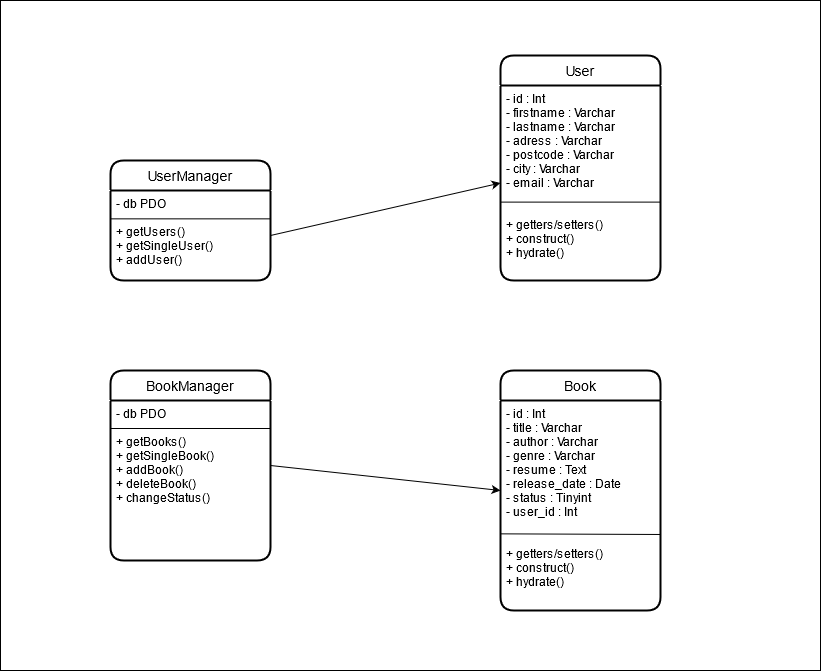
This is doc/ClassDiagramPageTurn.png from AxelJarni/PageTurn, a draw.io export, as it was before one commit. Source tidied: cells renumbered, new cells last; positions are measured from the earlier drawing's top-left corner, leaving out a move shared by most shapes.
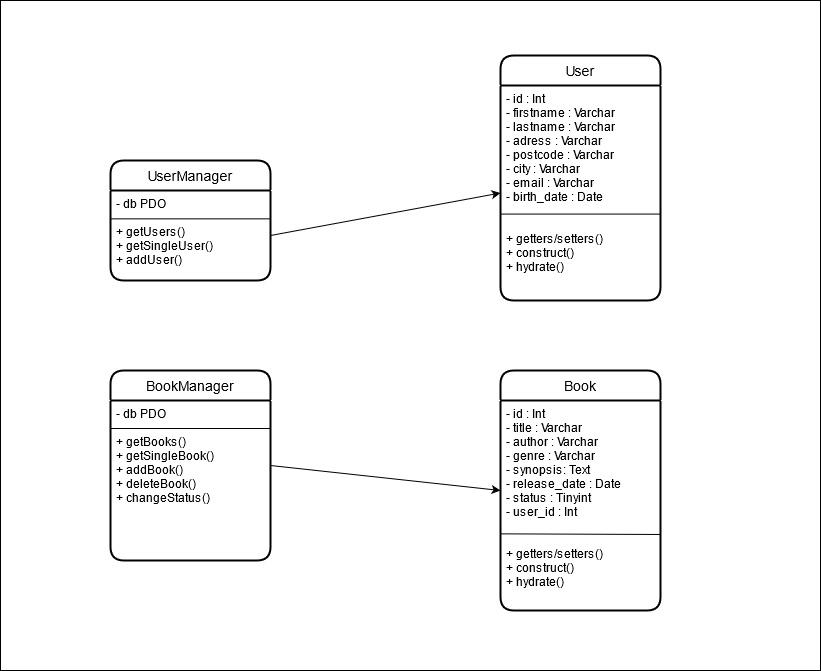
The same file after the commit.

What changed in the source:
```diff
@@ -26,17 +26,17 @@
     <mxCell id="9" value="Book" style="swimlane;horizontal=1;startSize=30;rounded=1;fontSize=14;fontStyle=0;strokeWidth=2;shadow=0;dashed=0;align=center;" parent="1" vertex="1">
       <mxGeometry x="500" y="370" width="160" height="240" as="geometry" />
     </mxCell>
-    <mxCell id="10" value="- id : Int&#10;- title : Varchar&#10;- author : Varchar&#10;- genre : Varchar&#10;- resume : Text&#10;- release_date : Date&#10;- status : Tinyint&#10;- user_id : Int&#10;&#10;&#10;+ getters/setters()&#10;+ construct()&#10;+ hydrate()&#10;" style="align=left;strokeColor=none;fillColor=none;spacingLeft=4;fontSize=12;verticalAlign=top;" parent="9" vertex="1">
+    <mxCell id="10" value="- id : Int&#10;- title : Varchar&#10;- author : Varchar&#10;- genre : Varchar&#10;- synopsis: Text&#10;- release_date : Date&#10;- status : Tinyint&#10;- user_id : Int&#10;&#10;&#10;+ getters/setters()&#10;+ construct()&#10;+ hydrate()&#10;" style="align=left;strokeColor=none;fillColor=none;spacingLeft=4;fontSize=12;verticalAlign=top;" parent="9" vertex="1">
       <mxGeometry y="30" width="160" height="210" as="geometry" />
     </mxCell>
     <mxCell id="11" style="endArrow=none;html=1;exitX=0.002;exitY=0.635;exitDx=0;exitDy=0;exitPerimeter=0;entryX=1;entryY=0.638;entryDx=0;entryDy=0;entryPerimeter=0;" parent="9" edge="1" source="10" target="10">
       <mxGeometry relative="1" as="geometry" />
     </mxCell>
     <mxCell id="12" value="User" style="swimlane;horizontal=1;startSize=30;rounded=1;fontSize=14;fontStyle=0;strokeWidth=2;shadow=0;dashed=0;align=center;" parent="1" vertex="1">
-      <mxGeometry x="500" y="55" width="160" height="225" as="geometry" />
+      <mxGeometry x="500" y="55" width="160" height="245" as="geometry" />
     </mxCell>
-    <mxCell id="13" value="- id : Int&#10;- firstname : Varchar&#10;- lastname : Varchar&#10;- adress : Varchar&#10;- postcode : Varchar&#10;- city : Varchar&#10;- email : Varchar&#10;&#10;&#10;+ getters/setters()&#10;+ construct()&#10;+ hydrate()&#10;" style="align=left;strokeColor=none;fillColor=none;spacingLeft=4;fontSize=12;verticalAlign=top;" parent="12" vertex="1">
-      <mxGeometry y="30" width="160" height="195" as="geometry" />
+    <mxCell id="13" value="- id : Int&#10;- firstname : Varchar&#10;- lastname : Varchar&#10;- adress : Varchar&#10;- postcode : Varchar&#10;- city : Varchar&#10;- email : Varchar&#10;- birth_date : Date&#10;&#10;&#10;+ getters/setters()&#10;+ construct()&#10;+ hydrate()&#10;" style="align=left;strokeColor=none;fillColor=none;spacingLeft=4;fontSize=12;verticalAlign=top;" parent="12" vertex="1">
+      <mxGeometry y="30" width="160" height="215" as="geometry" />
     </mxCell>
     <mxCell id="14" style="endArrow=none;html=1;entryX=0.002;entryY=0.598;entryDx=0;entryDy=0;entryPerimeter=0;exitX=0.998;exitY=0.598;exitDx=0;exitDy=0;exitPerimeter=0;" parent="12" edge="1" source="13" target="13">
       <mxGeometry relative="1" as="geometry" />
```
